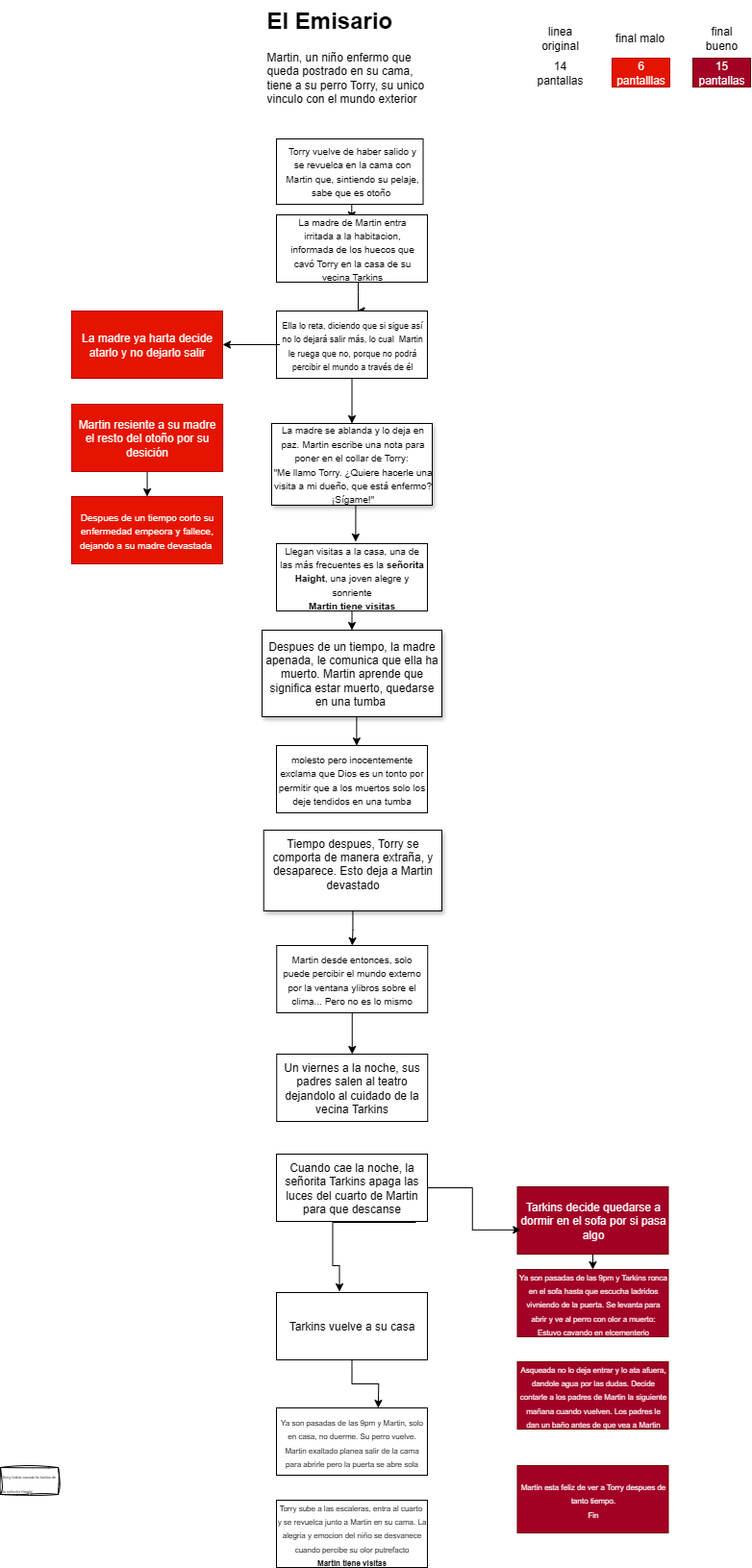
Before: Diagrama E Emisario.drawio.png, a diagram exported from draw.io (ro276/pmiw). Source tidied: cells renumbered, new cells last; positions are measured from the earlier drawing's top-left corner, leaving out a move shared by most shapes.
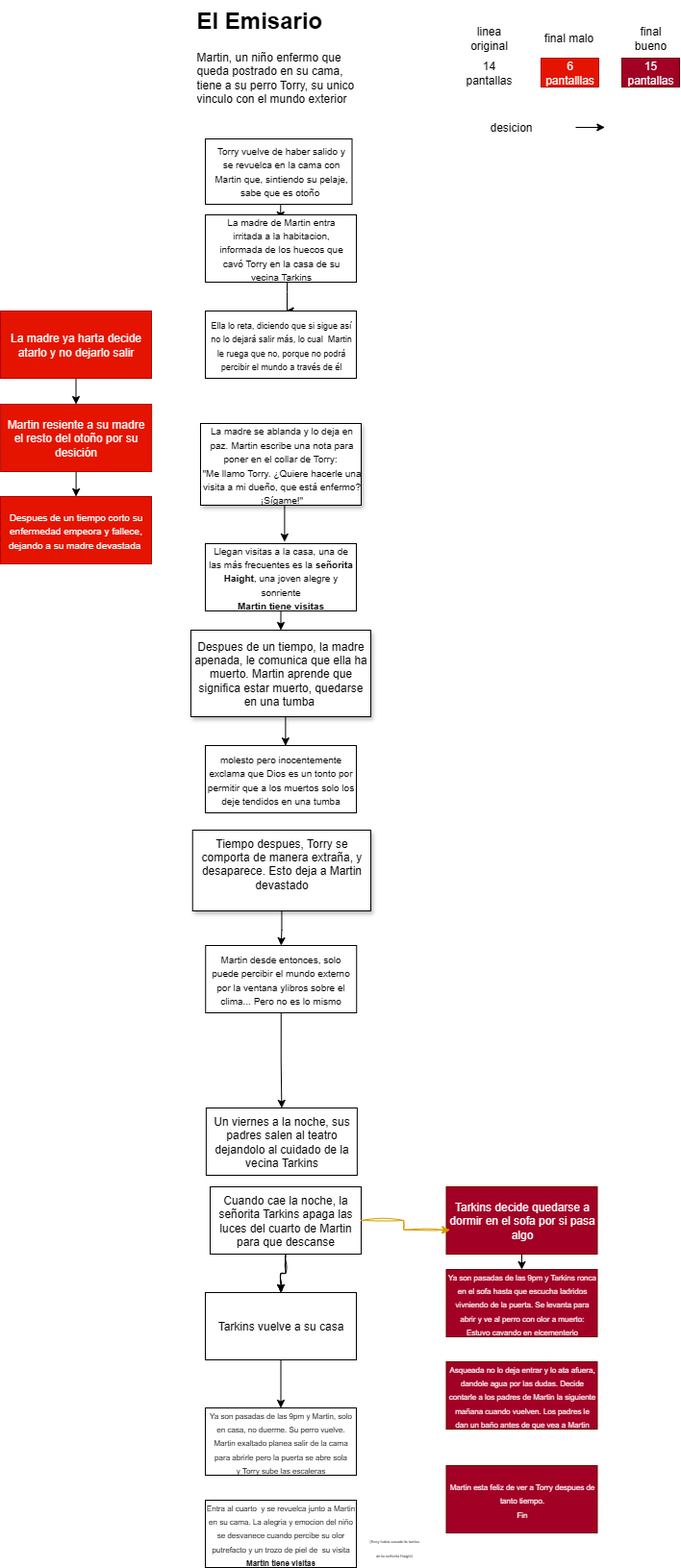
The same diagram one commit later.

Change to the diagram source:
```diff
@@ -38,18 +38,15 @@
     <mxCell id="10" value="&lt;font size=&quot;1&quot;&gt;La madre de Martin entra irritada a la habitacion, informada de los huecos que cavó Torry en la casa de su vecina Tarkins&lt;/font&gt;" style="text;html=1;align=center;verticalAlign=middle;whiteSpace=wrap;rounded=0;" parent="1" vertex="1">
       <mxGeometry x="292.8" y="248" width="145.5" height="20" as="geometry" />
     </mxCell>
-    <mxCell id="11" style="edgeStyle=orthogonalEdgeStyle;rounded=0;jettySize=auto;html=1;" parent="1" edge="1" source="12" target="9">
-      <mxGeometry relative="1" as="geometry" />
-    </mxCell>
     <mxCell id="12" style="rounded=0;whiteSpace=wrap;html=1;" parent="1" vertex="1">
       <mxGeometry x="287" y="323" width="157" height="70" as="geometry" />
     </mxCell>
-    <mxCell id="13" style="edgeStyle=orthogonalEdgeStyle;rounded=0;jettySize=auto;html=1;entryX=1;entryY=0.5;entryDx=0;entryDy=0;" parent="1" edge="1" source="14" target="15">
-      <mxGeometry relative="1" as="geometry" />
-    </mxCell>
     <mxCell id="14" value="&lt;font style=&quot;font-size: 9px;&quot;&gt;Ella lo reta, diciendo que si sigue así no lo dejará salir más, lo cual&amp;nbsp; Martin le ruega que no, porque no podrá percibir el mundo a través de él&lt;/font&gt;" style="text;html=1;align=center;verticalAlign=middle;whiteSpace=wrap;rounded=0;" parent="1" vertex="1">
       <mxGeometry x="290.6" y="344.5" width="149.8" height="27" as="geometry" />
     </mxCell>
+    <mxCell id="49" style="edgeStyle=orthogonalEdgeStyle;rounded=0;jettySize=auto;html=1;" parent="1" edge="1" source="15" target="17">
+      <mxGeometry relative="1" as="geometry" />
+    </mxCell>
     <mxCell id="15" value="La madre ya harta decide atarlo y no dejarlo salir" style="rounded=0;whiteSpace=wrap;html=1;fillColor=#e51400;fontColor=#ffffff;strokeColor=#B20000;" parent="1" vertex="1">
       <mxGeometry x="74" y="323" width="157" height="70" as="geometry" />
     </mxCell>
@@ -84,7 +81,7 @@
       <mxGeometry x="287.2" y="983" width="157" height="70" as="geometry" />
     </mxCell>
     <mxCell id="26" value="Un viernes a la noche, sus padres salen al teatro dejandolo al cuidado de la vecina Tarkins" style="rounded=0;whiteSpace=wrap;html=1;" parent="1" vertex="1">
-      <mxGeometry x="287.2" y="1096" width="157" height="70" as="geometry" />
+      <mxGeometry x="287.9" y="1152" width="157" height="70" as="geometry" />
     </mxCell>
     <mxCell id="27" value="&lt;h1 style=&quot;margin-top: 0px;&quot;&gt;El Emisario&lt;/h1&gt;&lt;p&gt;Martin, un niño enfermo que queda postrado en su cama, tiene a su perro Torry, su unico vinculo con el mundo exterior&lt;/p&gt;" style="text;html=1;whiteSpace=wrap;overflow=hidden;rounded=0;" parent="1" vertex="1">
       <mxGeometry x="275.5" width="180" height="120" as="geometry" />
@@ -95,21 +92,11 @@
     <mxCell id="29" value="&lt;font style=&quot;font-size: 10px; color: rgb(255, 255, 255);&quot;&gt;Despues de un tiempo corto su enfermedad empeora y fallece, dejando a su madre devastada&amp;nbsp;&lt;/font&gt;" style="rounded=0;whiteSpace=wrap;html=1;fillColor=#e51400;strokeColor=#B20000;fontColor=#ffffff;" parent="1" vertex="1">
       <mxGeometry x="74" y="516" width="157" height="70" as="geometry" />
     </mxCell>
-    <mxCell id="30" style="edgeStyle=orthogonalEdgeStyle;rounded=0;orthogonalLoop=1;jettySize=auto;html=1;entryX=0;entryY=0.5;entryDx=0;entryDy=0;" parent="1" edge="1">
-      <mxGeometry relative="1" as="geometry">
-        <mxPoint x="431.5" y="1234" as="sourcePoint" />
-        <mxPoint x="353" y="1343" as="targetPoint" />
-        <Array as="points">
-          <mxPoint x="431.5" y="1271" />
-          <mxPoint x="345.5" y="1271" />
-          <mxPoint x="345.5" y="1316" />
-          <mxPoint x="352.5" y="1316" />
-          <mxPoint x="352.5" y="1343" />
-        </Array>
-      </mxGeometry>
-    </mxCell>
+    <mxCell id="50" style="edgeStyle=orthogonalEdgeStyle;rounded=0;jettySize=auto;html=1;sketch=1;curveFitting=1;jiggle=2;" parent="1" edge="1" source="31" target="35">
+      <mxGeometry relative="1" as="geometry" />
+    </mxCell>
     <mxCell id="31" value="Cuando cae la noche, la señorita Tarkins apaga las luces del cuarto de Martin para que descanse" style="rounded=0;whiteSpace=wrap;html=1;" parent="1" vertex="1">
-      <mxGeometry x="287" y="1200" width="157" height="70" as="geometry" />
+      <mxGeometry x="292" y="1234" width="157" height="70" as="geometry" />
     </mxCell>
     <mxCell id="32" style="edgeStyle=orthogonalEdgeStyle;rounded=0;orthogonalLoop=1;jettySize=auto;html=1;exitX=0.5;exitY=1;exitDx=0;exitDy=0;entryX=0.5;entryY=0;entryDx=0;entryDy=0;" parent="1" edge="1">
       <mxGeometry relative="1" as="geometry">
@@ -120,21 +107,19 @@
     <mxCell id="33" value="Tarkins decide quedarse a dormir en el sofa por si pasa algo" style="rounded=0;whiteSpace=wrap;html=1;fillColor=#a20025;strokeColor=#6F0000;fontColor=#ffffff;" parent="1" vertex="1">
       <mxGeometry x="537.5" y="1234" width="157" height="70" as="geometry" />
     </mxCell>
-    <mxCell id="34" style="edgeStyle=orthogonalEdgeStyle;rounded=0;jettySize=auto;html=1;exitX=0.5;exitY=1;exitDx=0;exitDy=0;" parent="1" edge="1" source="35">
-      <mxGeometry relative="1" as="geometry">
-        <mxPoint x="392.8" y="1464" as="targetPoint" />
-      </mxGeometry>
-    </mxCell>
+    <mxCell id="51" style="edgeStyle=orthogonalEdgeStyle;rounded=0;jettySize=auto;html=1;" parent="1" edge="1" source="35" target="36">
+      <mxGeometry relative="1" as="geometry" />
+    </mxCell>
     <mxCell id="35" value="Tarkins vuelve a su casa" style="rounded=0;whiteSpace=wrap;html=1;" parent="1" vertex="1">
       <mxGeometry x="287" y="1344" width="157" height="70" as="geometry" />
     </mxCell>
-    <mxCell id="36" value="&lt;span style=&quot;font-size: 8px;&quot;&gt;Ya son pasadas de las 9pm y Martin, solo en casa, no duerme. Su perro vuelve.&lt;/span&gt;&lt;div&gt;&lt;span style=&quot;font-size: 8px;&quot;&gt;Martin exaltado planea salir de la cama para abrirle pero la puerta se abre sola&lt;/span&gt;&lt;/div&gt;" style="rounded=0;whiteSpace=wrap;html=1;" parent="1" vertex="1">
+    <mxCell id="36" value="&lt;span style=&quot;font-size: 8px;&quot;&gt;Ya son pasadas de las 9pm y Martin, solo en casa, no duerme. Su perro vuelve.&lt;/span&gt;&lt;div&gt;&lt;span style=&quot;font-size: 8px;&quot;&gt;Martin exaltado planea salir de la cama para abrirle pero la puerta se abre sola y&amp;nbsp;&lt;/span&gt;&lt;span style=&quot;font-size: 8px; background-color: transparent; color: light-dark(rgb(0, 0, 0), rgb(255, 255, 255));&quot;&gt;Torry sube las escaleras&lt;/span&gt;&lt;/div&gt;" style="rounded=0;whiteSpace=wrap;html=1;" parent="1" vertex="1">
       <mxGeometry x="287" y="1464" width="157" height="70" as="geometry" />
     </mxCell>
     <mxCell id="37" value="&lt;span style=&quot;font-size: 8px;&quot;&gt;Ya son pasadas de las 9pm y Tarkins ronca en el sofa hasta que escucha ladridos vivniendo de la puerta. Se levanta para abrir y ve al perro con olor a muerto: Estuvo cavando en elcementerio&lt;/span&gt;" style="rounded=0;whiteSpace=wrap;html=1;fillColor=#a20025;strokeColor=#6F0000;fontColor=#ffffff;" parent="1" vertex="1">
       <mxGeometry x="537.5" y="1320" width="157" height="70" as="geometry" />
     </mxCell>
-    <mxCell id="38" value="&lt;span style=&quot;font-size: 8px;&quot;&gt;Torry sube a las escaleras, entra al cuarto&amp;nbsp; y se revuelca junto a Martin en su cama. La alegria y emocion del niño se desvanece cuando percibe su olor putrefacto&lt;/span&gt;&lt;div&gt;&lt;span style=&quot;font-size: 8px;&quot;&gt;&lt;b&gt;Martin tiene visitas&lt;/b&gt;&lt;/span&gt;&lt;/div&gt;" style="rounded=0;whiteSpace=wrap;html=1;" parent="1" vertex="1">
+    <mxCell id="38" value="&lt;span style=&quot;font-size: 8px;&quot;&gt;Entra al cuarto&amp;nbsp; y se revuelca junto a Martin en su cama. La alegria y emocion del niño se desvanece cuando percibe su olor putrefacto y un trozo de piel de&amp;nbsp; su visita&lt;/span&gt;&lt;div&gt;&lt;span style=&quot;font-size: 8px;&quot;&gt;&lt;b&gt;Martin tiene visitas&lt;/b&gt;&lt;/span&gt;&lt;/div&gt;" style="rounded=0;whiteSpace=wrap;html=1;" parent="1" vertex="1">
       <mxGeometry x="287" y="1560" width="157" height="70" as="geometry" />
     </mxCell>
     <mxCell id="39" value="14 pantallas" style="text;html=1;align=center;verticalAlign=middle;whiteSpace=wrap;rounded=0;" parent="1" vertex="1">
@@ -152,10 +137,7 @@
     <mxCell id="43" value="&lt;span style=&quot;font-size: 8px;&quot;&gt;Martin esta feliz de ver a Torry despues de tanto tiempo.&lt;/span&gt;&lt;div&gt;&lt;span style=&quot;font-size: 8px;&quot;&gt;Fin&lt;/span&gt;&lt;/div&gt;" style="rounded=0;whiteSpace=wrap;html=1;fillColor=#a20025;strokeColor=#6F0000;fontColor=#ffffff;" parent="1" vertex="1">
       <mxGeometry x="537.5" y="1524" width="157" height="70" as="geometry" />
     </mxCell>
-    <mxCell id="44" value="&lt;font style=&quot;font-size: 4px;&quot;&gt;Torry habia cavado la tumba de la señorita Haight&lt;/font&gt;" style="rounded=0;whiteSpace=wrap;html=1;sketch=1;curveFitting=1;jiggle=2;align=left;" parent="1" vertex="1">
-      <mxGeometry y="1526" width="60" height="28" as="geometry" />
-    </mxCell>
-    <mxCell id="45" style="edgeStyle=orthogonalEdgeStyle;rounded=0;jettySize=auto;html=1;exitX=1;exitY=0.5;exitDx=0;exitDy=0;entryX=0.024;entryY=0.64;entryDx=0;entryDy=0;entryPerimeter=0;" parent="1" edge="1" source="31" target="33">
+    <mxCell id="45" style="edgeStyle=orthogonalEdgeStyle;rounded=0;jettySize=auto;html=1;exitX=1;exitY=0.5;exitDx=0;exitDy=0;entryX=0.024;entryY=0.64;entryDx=0;entryDy=0;entryPerimeter=0;sketch=1;curveFitting=1;jiggle=2;fillColor=#ffcd28;gradientColor=#ffa500;strokeColor=light-dark(#d79b00, #a20025);" parent="1" edge="1" source="31" target="33">
       <mxGeometry relative="1" as="geometry" />
     </mxCell>
     <mxCell id="46" value="linea original" style="text;html=1;align=center;verticalAlign=middle;whiteSpace=wrap;rounded=0;" parent="1" vertex="1">
@@ -167,5 +149,23 @@
     <mxCell id="48" value="final bueno" style="text;html=1;align=center;verticalAlign=middle;whiteSpace=wrap;rounded=0;" parent="1" vertex="1">
       <mxGeometry x="720" y="24" width="60" height="30" as="geometry" />
     </mxCell>
+    <mxCell id="52" value="&lt;span style=&quot;font-size: 4px; text-align: left;&quot;&gt;(Torry habia cavado la tumba de la señorita Haight)&lt;/span&gt;" style="text;html=1;align=center;verticalAlign=middle;whiteSpace=wrap;rounded=0;" parent="1" vertex="1">
+      <mxGeometry x="455.5" y="1594" width="57" height="26" as="geometry" />
+    </mxCell>
+    <mxCell id="53" style="endArrow=classic;html=1;rounded=0;" parent="1" edge="1">
+      <mxGeometry relative="1" as="geometry">
+        <mxPoint x="672" y="132" as="sourcePoint" />
+        <mxPoint x="702.3" y="132" as="targetPoint" />
+      </mxGeometry>
+    </mxCell>
+    <mxCell id="54" style="endArrow=classic;html=1;rounded=1;fillColor=#ffcd28;strokeColor=#FFFFFF;curved=0;sketch=1;curveFitting=1;jiggle=2;gradientColor=#ffa500;" parent="1" edge="1">
+      <mxGeometry relative="1" as="geometry">
+        <mxPoint x="581.7" y="144" as="sourcePoint" />
+        <mxPoint x="612" y="144" as="targetPoint" />
+      </mxGeometry>
+    </mxCell>
+    <mxCell id="55" value="desicion" style="text;html=1;align=center;verticalAlign=middle;whiteSpace=wrap;rounded=0;" parent="1" vertex="1">
+      <mxGeometry x="574.5" y="120" width="60" height="24" as="geometry" />
+    </mxCell>
   </root>
 </mxGraphModel>
```
